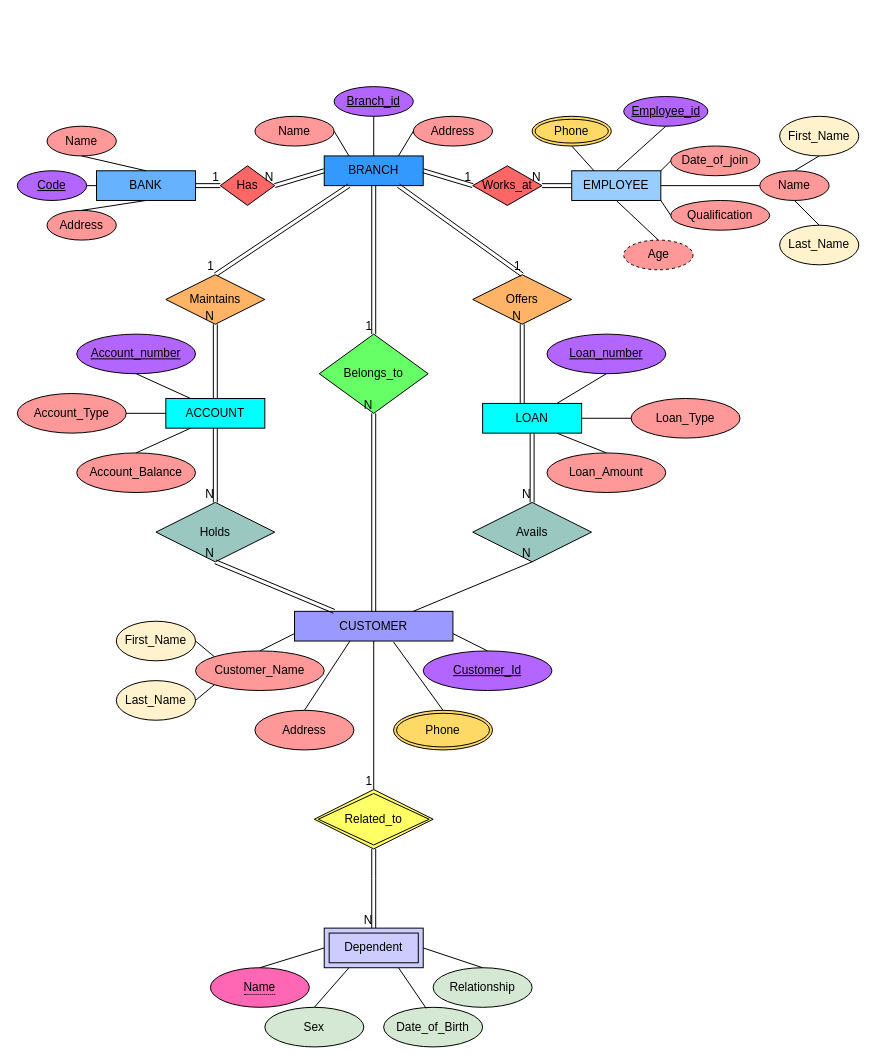
Before: page "Page-1" (1 of 2) of Untitled Diagram.drawio in Anurag404OpenSourceRules/Bank-Management-System-ERD, a draw.io diagram. Source tidied: cells renumbered, new cells numbered last; positions are measured from the earlier drawing's top-left corner, leaving out a move shared by most shapes. Both pictures are drawn from the tidied source at 99%, with x=0, y=0 at pixel (17, 86).
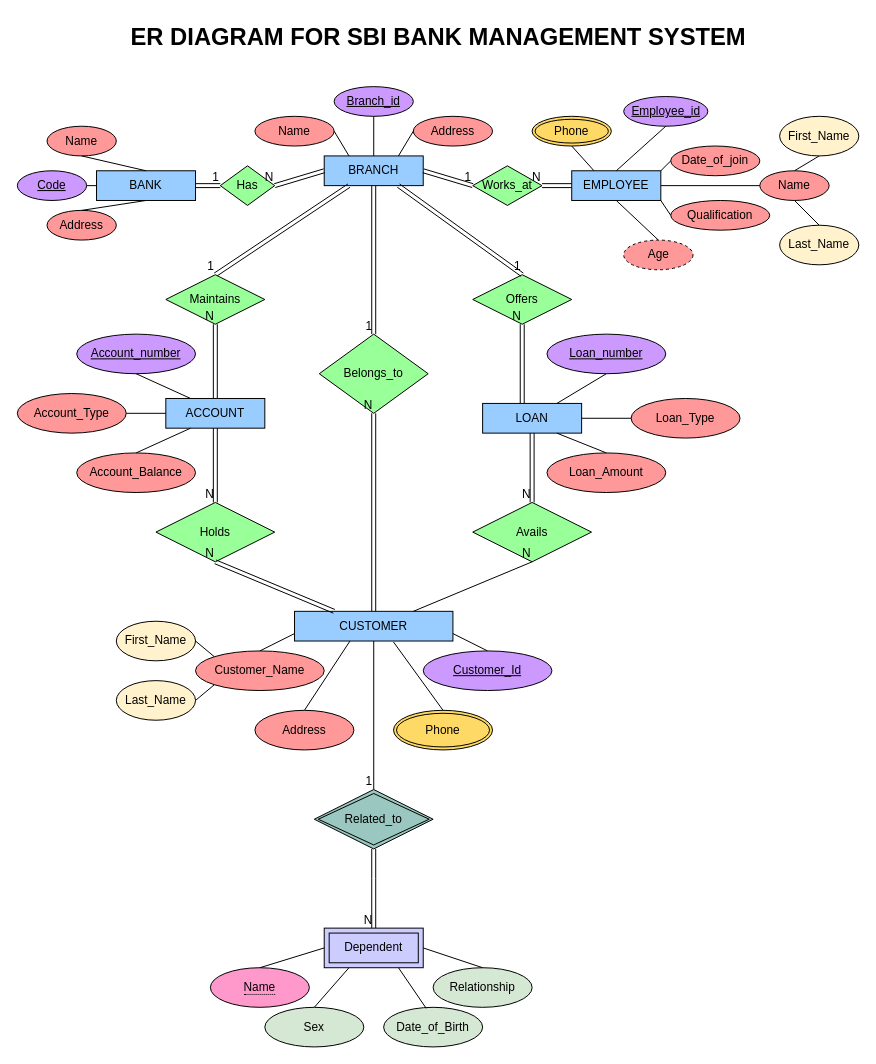
Above is the later version.

Commit message:
SIMPLIFIED THE COLOR SCHEME

Diff of the diagram source:
```diff
@@
-    <mxCell id="2" value="BRANCH" style="rounded=0;whiteSpace=wrap;html=1;fillColor=#3399FF;" parent="1" vertex="1">
+    <mxCell id="2" value="BRANCH" style="rounded=0;whiteSpace=wrap;html=1;fillColor=#99CCFF;" parent="1" vertex="1">
       <mxGeometry x="310" y="70" width="100" height="30" as="geometry" />
     </mxCell>
-    <mxCell id="3" value="ACCOUNT" style="rounded=0;whiteSpace=wrap;html=1;fillColor=#00FFFF;" parent="1" vertex="1">
+    <mxCell id="3" value="ACCOUNT" style="rounded=0;whiteSpace=wrap;html=1;fillColor=#99CCFF;" parent="1" vertex="1">
       <mxGeometry x="150" y="315" width="100" height="30" as="geometry" />
     </mxCell>
-    <mxCell id="4" value="LOAN" style="rounded=0;whiteSpace=wrap;html=1;fillColor=#00FFFF;" parent="1" vertex="1">
+    <mxCell id="4" value="LOAN" style="rounded=0;whiteSpace=wrap;html=1;fillColor=#99CCFF;" parent="1" vertex="1">
       <mxGeometry x="470" y="320" width="100" height="30" as="geometry" />
     </mxCell>
-    <mxCell id="5" value="CUSTOMER" style="rounded=0;whiteSpace=wrap;html=1;fillColor=#9999FF;" parent="1" vertex="1">
+    <mxCell id="5" value="CUSTOMER" style="rounded=0;whiteSpace=wrap;html=1;fillColor=#99CCFF;" parent="1" vertex="1">
       <mxGeometry x="280" y="530" width="160" height="30" as="geometry" />
     </mxCell>
-    <mxCell id="6" value="BANK" style="rounded=0;whiteSpace=wrap;html=1;fillColor=#66B2FF;" parent="1" vertex="1">
+    <mxCell id="6" value="BANK" style="rounded=0;whiteSpace=wrap;html=1;fillColor=#99CCFF;" parent="1" vertex="1">
       <mxGeometry x="80" y="85" width="100" height="30" as="geometry" />
     </mxCell>
@@
-    <mxCell id="23" value="Code" style="ellipse;whiteSpace=wrap;html=1;align=center;fontStyle=4;fillColor=#B266FF;" parent="1" vertex="1">
+    <mxCell id="23" value="Code" style="ellipse;whiteSpace=wrap;html=1;align=center;fontStyle=4;fillColor=#CC99FF;" parent="1" vertex="1">
       <mxGeometry y="85" width="70" height="30" as="geometry" />
     </mxCell>
-    <mxCell id="24" value="Branch_id" style="ellipse;whiteSpace=wrap;html=1;align=center;fontStyle=4;fillColor=#B266FF;" parent="1" vertex="1">
+    <mxCell id="24" value="Branch_id" style="ellipse;whiteSpace=wrap;html=1;align=center;fontStyle=4;fillColor=#CC99FF;" parent="1" vertex="1">
       <mxGeometry x="320" width="80" height="30" as="geometry" />
     </mxCell>
-    <mxCell id="25" value="Employee_id" style="ellipse;whiteSpace=wrap;html=1;align=center;fontStyle=4;fillColor=#B266FF;" parent="1" vertex="1">
+    <mxCell id="25" value="Employee_id" style="ellipse;whiteSpace=wrap;html=1;align=center;fontStyle=4;fillColor=#CC99FF;" parent="1" vertex="1">
       <mxGeometry x="612.5" y="10" width="85" height="30" as="geometry" />
     </mxCell>
-    <mxCell id="26" value="Loan_number" style="ellipse;whiteSpace=wrap;html=1;align=center;fontStyle=4;fillColor=#B266FF;" parent="1" vertex="1">
+    <mxCell id="26" value="Loan_number" style="ellipse;whiteSpace=wrap;html=1;align=center;fontStyle=4;fillColor=#CC99FF;" parent="1" vertex="1">
       <mxGeometry x="535" y="250" width="120" height="40" as="geometry" />
     </mxCell>
-    <mxCell id="27" value="Account_number" style="ellipse;whiteSpace=wrap;html=1;align=center;fontStyle=4;fillColor=#B266FF;" parent="1" vertex="1">
+    <mxCell id="27" value="Account_number" style="ellipse;whiteSpace=wrap;html=1;align=center;fontStyle=4;fillColor=#CC99FF;" parent="1" vertex="1">
       <mxGeometry x="60" y="250" width="120" height="40" as="geometry" />
     </mxCell>
-    <mxCell id="28" value="Customer_Id" style="ellipse;whiteSpace=wrap;html=1;align=center;fontStyle=4;fillColor=#B266FF;" parent="1" vertex="1">
+    <mxCell id="28" value="Customer_Id" style="ellipse;whiteSpace=wrap;html=1;align=center;fontStyle=4;fillColor=#CC99FF;" parent="1" vertex="1">
       <mxGeometry x="410" y="570" width="130" height="40" as="geometry" />
     </mxCell>
@@
-    <mxCell id="60" value="Related_to" style="shape=rhombus;double=1;perimeter=rhombusPerimeter;whiteSpace=wrap;html=1;align=center;fillColor=#FFFF66;" parent="1" vertex="1">
+    <mxCell id="60" value="Related_to" style="shape=rhombus;double=1;perimeter=rhombusPerimeter;whiteSpace=wrap;html=1;align=center;fillColor=#9AC7BF;" parent="1" vertex="1">
       <mxGeometry x="300" y="710" width="120" height="60" as="geometry" />
     </mxCell>
@@
-    <mxCell id="67" value="&lt;span style=&quot;border-bottom: 1px dotted&quot;&gt;Name&lt;/span&gt;" style="ellipse;whiteSpace=wrap;html=1;align=center;fillColor=#FF66B3;" parent="1" vertex="1">
+    <mxCell id="67" value="&lt;span style=&quot;border-bottom: 1px dotted&quot;&gt;Name&lt;/span&gt;" style="ellipse;whiteSpace=wrap;html=1;align=center;fillColor=#FF99CC;" parent="1" vertex="1">
       <mxGeometry x="195" y="890" width="100" height="40" as="geometry" />
     </mxCell>
@@
-    <mxCell id="74" value="Has" style="shape=rhombus;perimeter=rhombusPerimeter;whiteSpace=wrap;html=1;align=center;fillColor=#FF6666;" parent="1" vertex="1">
+    <mxCell id="74" value="Has" style="shape=rhombus;perimeter=rhombusPerimeter;whiteSpace=wrap;html=1;align=center;fillColor=#99FF99;" parent="1" vertex="1">
       <mxGeometry x="205" y="80" width="55" height="40" as="geometry" />
     </mxCell>
@@
-    <mxCell id="79" value="Works_at" style="shape=rhombus;perimeter=rhombusPerimeter;whiteSpace=wrap;html=1;align=center;fillColor=#FF6666;" parent="1" vertex="1">
+    <mxCell id="79" value="Works_at" style="shape=rhombus;perimeter=rhombusPerimeter;whiteSpace=wrap;html=1;align=center;fillColor=#99FF99;" parent="1" vertex="1">
       <mxGeometry x="460" y="80" width="70" height="40" as="geometry" />
     </mxCell>
@@
-    <mxCell id="84" value="Maintains" style="shape=rhombus;perimeter=rhombusPerimeter;whiteSpace=wrap;html=1;align=center;fillColor=#FFB366;" parent="1" vertex="1">
+    <mxCell id="84" value="Maintains" style="shape=rhombus;perimeter=rhombusPerimeter;whiteSpace=wrap;html=1;align=center;fillColor=#99FF99;" parent="1" vertex="1">
       <mxGeometry x="150" y="190" width="100" height="50" as="geometry" />
     </mxCell>
-    <mxCell id="85" value="Offers" style="shape=rhombus;perimeter=rhombusPerimeter;whiteSpace=wrap;html=1;align=center;fillColor=#FFB366;" parent="1" vertex="1">
+    <mxCell id="85" value="Offers" style="shape=rhombus;perimeter=rhombusPerimeter;whiteSpace=wrap;html=1;align=center;fillColor=#99FF99;" parent="1" vertex="1">
       <mxGeometry x="460" y="190" width="100" height="50" as="geometry" />
     </mxCell>
@@
-    <mxCell id="92" value="Holds" style="shape=rhombus;perimeter=rhombusPerimeter;whiteSpace=wrap;html=1;align=center;fillColor=#9AC7BF;" parent="1" vertex="1">
+    <mxCell id="92" value="Holds" style="shape=rhombus;perimeter=rhombusPerimeter;whiteSpace=wrap;html=1;align=center;fillColor=#99FF99;" parent="1" vertex="1">
       <mxGeometry x="140" y="420" width="120" height="60" as="geometry" />
     </mxCell>
-    <mxCell id="93" value="Avails" style="shape=rhombus;perimeter=rhombusPerimeter;whiteSpace=wrap;html=1;align=center;fillColor=#9AC7BF;" parent="1" vertex="1">
+    <mxCell id="93" value="Avails" style="shape=rhombus;perimeter=rhombusPerimeter;whiteSpace=wrap;html=1;align=center;fillColor=#99FF99;" parent="1" vertex="1">
       <mxGeometry x="460" y="420" width="120" height="60" as="geometry" />
     </mxCell>
@@
-    <mxCell id="104" value="Belongs_to" style="shape=rhombus;perimeter=rhombusPerimeter;whiteSpace=wrap;html=1;align=center;fillColor=#66FF66;" parent="1" vertex="1">
+    <mxCell id="104" value="Belongs_to" style="shape=rhombus;perimeter=rhombusPerimeter;whiteSpace=wrap;html=1;align=center;fillColor=#99FF99;" parent="1" vertex="1">
       <mxGeometry x="305" y="250" width="110" height="80" as="geometry" />
     </mxCell>
@@
+    <mxCell id="109" value="&lt;b&gt;&lt;font style=&quot;font-size: 24px;&quot;&gt;ER DIAGRAM FOR SBI BANK MANAGEMENT SYSTEM&lt;/font&gt;&lt;/b&gt;" style="text;strokeColor=none;align=center;fillColor=none;html=1;verticalAlign=middle;whiteSpace=wrap;rounded=0;" parent="1" vertex="1">
+      <mxGeometry x="113" y="-70" width="625" height="40" as="geometry" />
+    </mxCell>
```
